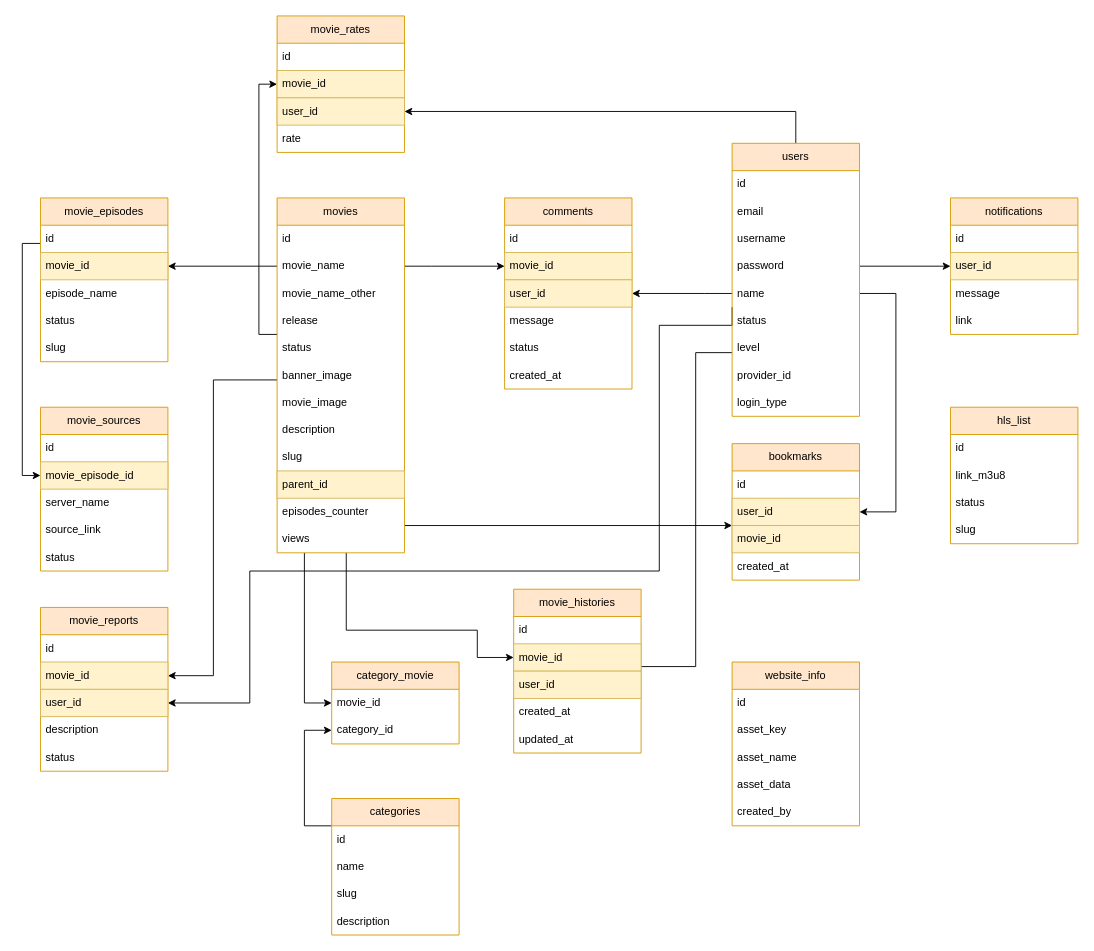
The draw.io diagram movies_erd.drawio in chinhps/movie-project, before the edit. Source tidied: cells renumbered, new cells numbered last; positions are measured from the earlier drawing's top-left corner, leaving out a move shared by most shapes. Both pictures are drawn from the tidied source at 91%, with x=0, y=0 at pixel (22, 15).
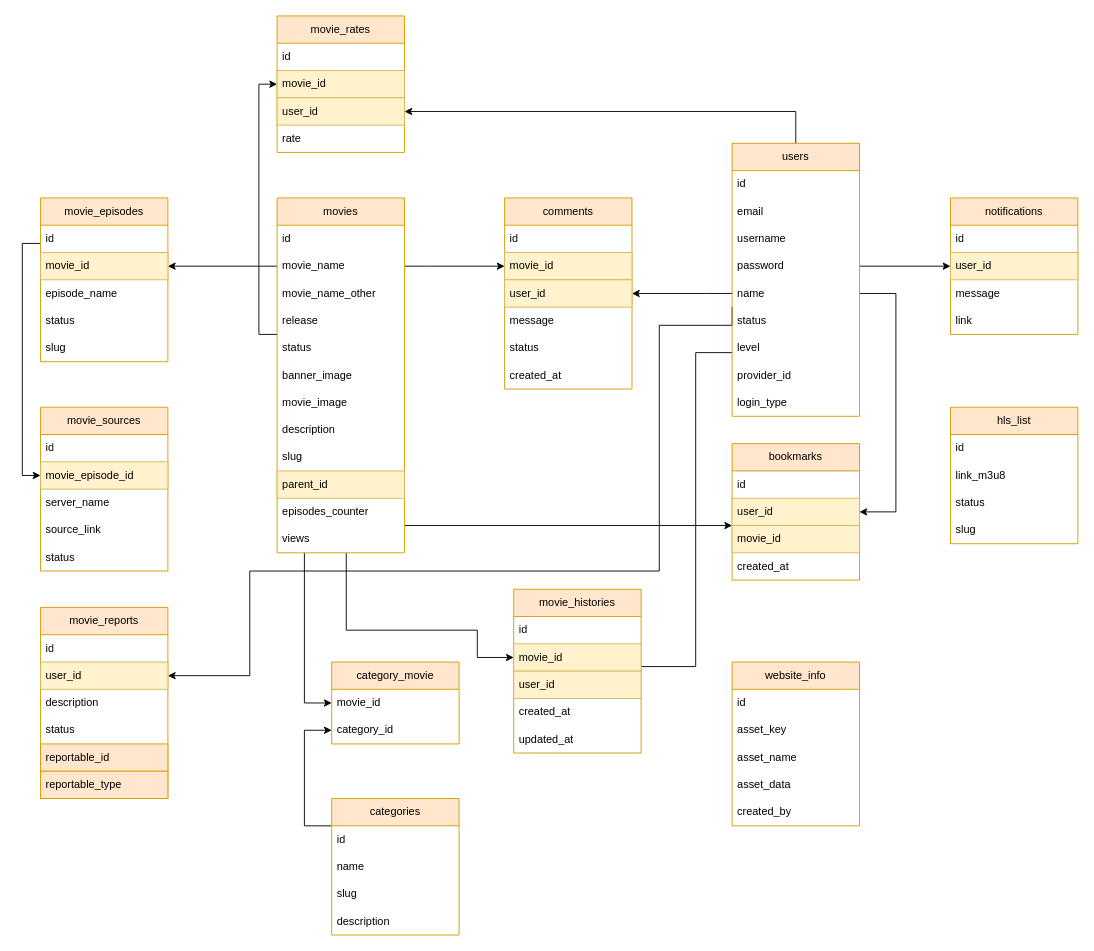
After the change.

Commit message:
change: relationship report

Unchanged cells that the change refers to:
```xml
<mxCell id="9" value="movies" style="swimlane;fontStyle=0;horizontal=1;startSize=30;whiteSpace=wrap;html=1;fillColor=#ffe6cc;strokeColor=#d79b00;" parent="1" vertex="1">
  <mxGeometry x="280" y="200" width="140" height="390" as="geometry" />
</mxCell>
```

Change to the diagram source:
```diff
@@
-    <mxCell id="6" style="edgeStyle=orthogonalEdgeStyle;rounded=0;jettySize=auto;html=1;" parent="1" edge="1" source="9" target="81">
-      <mxGeometry relative="1" as="geometry">
-        <Array as="points">
-          <mxPoint x="210" y="400" />
-          <mxPoint x="210" y="725" />
-        </Array>
-      </mxGeometry>
-    </mxCell>
@@
     <mxCell id="41" style="edgeStyle=orthogonalEdgeStyle;rounded=0;jettySize=auto;html=1;entryX=1;entryY=0.5;entryDx=0;entryDy=0;" parent="1" edge="1" target="82">
       <mxGeometry relative="1" as="geometry">
         <mxPoint x="780" y="320" as="sourcePoint" />
         <Array as="points">
           <mxPoint x="780" y="340" />
           <mxPoint x="700" y="340" />
           <mxPoint x="700" y="610" />
           <mxPoint x="250" y="610" />
-          <mxPoint x="250" y="755" />
+          <mxPoint x="250" y="725" />
         </Array>
       </mxGeometry>
     </mxCell>
@@
     <mxCell id="79" value="movie_reports" style="swimlane;fontStyle=0;horizontal=1;startSize=30;whiteSpace=wrap;html=1;fillColor=#ffe6cc;strokeColor=#d79b00;" parent="1" vertex="1">
-      <mxGeometry x="20" y="650" width="140" height="180" as="geometry" />
+      <mxGeometry x="20" y="650" width="140" height="210" as="geometry" />
     </mxCell>
@@
-    <mxCell id="81" value="&lt;span style=&quot;text-align: center;&quot;&gt;movie&lt;/span&gt;_id" style="text;strokeColor=#d6b656;fillColor=#fff2cc;align=left;verticalAlign=middle;spacingLeft=4;spacingRight=4;overflow=hidden;points=[[0,0.5],[1,0.5]];portConstraint=eastwest;whiteSpace=wrap;html=1;" parent="79" vertex="1">
-      <mxGeometry y="60" width="140" height="30" as="geometry" />
-    </mxCell>
     <mxCell id="82" value="user_id" style="text;strokeColor=#d6b656;fillColor=#fff2cc;align=left;verticalAlign=middle;spacingLeft=4;spacingRight=4;overflow=hidden;points=[[0,0.5],[1,0.5]];portConstraint=eastwest;whiteSpace=wrap;html=1;" parent="79" vertex="1">
-      <mxGeometry y="90" width="140" height="30" as="geometry" />
+      <mxGeometry y="60" width="140" height="30" as="geometry" />
     </mxCell>
     <mxCell id="83" value="description" style="text;strokeColor=none;fillColor=none;align=left;verticalAlign=middle;spacingLeft=4;spacingRight=4;overflow=hidden;whiteSpace=wrap;html=1;" parent="79" vertex="1">
-      <mxGeometry y="120" width="140" height="30" as="geometry" />
+      <mxGeometry y="90" width="140" height="30" as="geometry" />
     </mxCell>
     <mxCell id="84" value="status" style="text;strokeColor=none;fillColor=none;align=left;verticalAlign=middle;spacingLeft=4;spacingRight=4;overflow=hidden;whiteSpace=wrap;html=1;" parent="79" vertex="1">
-      <mxGeometry y="150" width="140" height="30" as="geometry" />
+      <mxGeometry y="120" width="140" height="30" as="geometry" />
     </mxCell>
+    <mxCell id="105" value="reportable_id" style="text;strokeColor=#d79b00;fillColor=#ffe6cc;align=left;verticalAlign=middle;spacingLeft=4;spacingRight=4;overflow=hidden;whiteSpace=wrap;html=1;" parent="79" vertex="1">
+      <mxGeometry y="150" width="140" height="30" as="geometry" />
+    </mxCell>
+    <mxCell id="106" value="reportable_type" style="text;strokeColor=#d79b00;fillColor=#ffe6cc;align=left;verticalAlign=middle;spacingLeft=4;spacingRight=4;overflow=hidden;whiteSpace=wrap;html=1;" parent="79" vertex="1">
+      <mxGeometry y="180" width="140" height="30" as="geometry" />
+    </mxCell>
```
